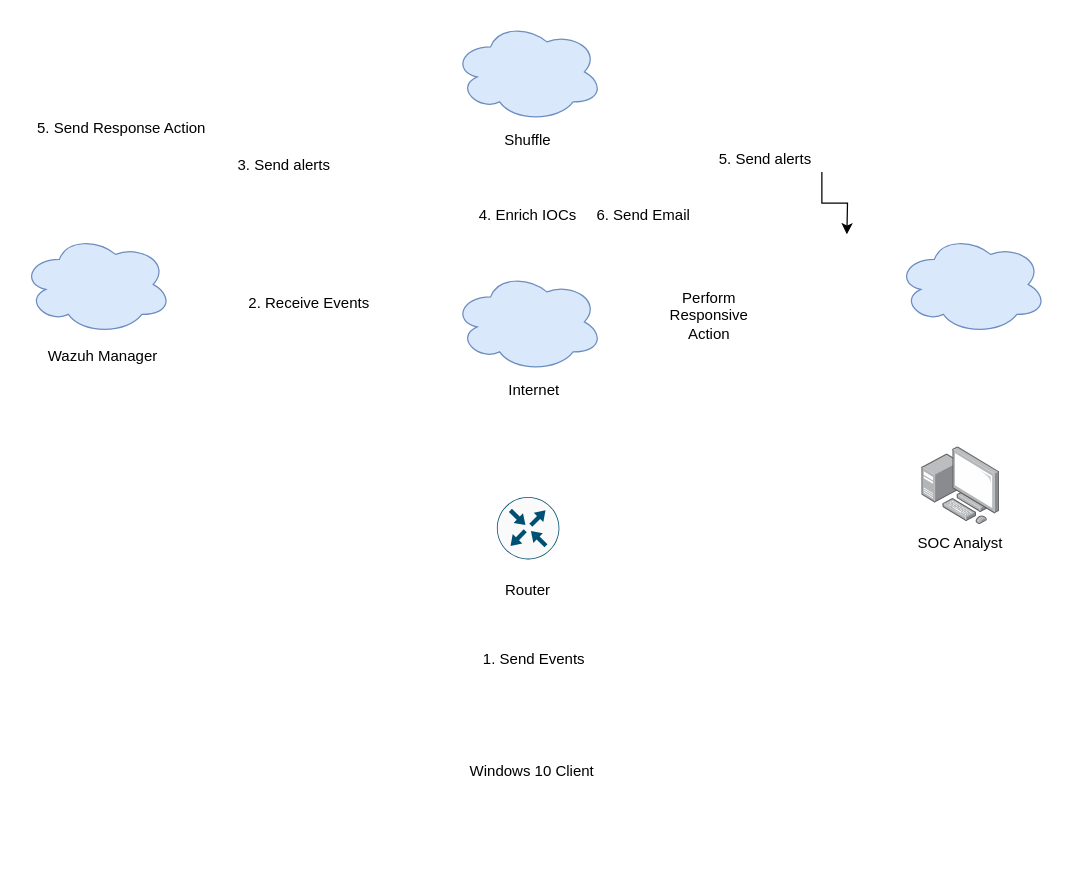
Earlier version of the draw.io diagram Untitled Diagram.drawio (hilaryrobles/SOC-Automation-Lab). Source tidied: cells renumbered, new cells numbered last; positions are measured from the earlier drawing's top-left corner, leaving out a move shared by most shapes. Both pictures are drawn from the tidied source at 125%, with x=0, y=0 at pixel (21, 21).
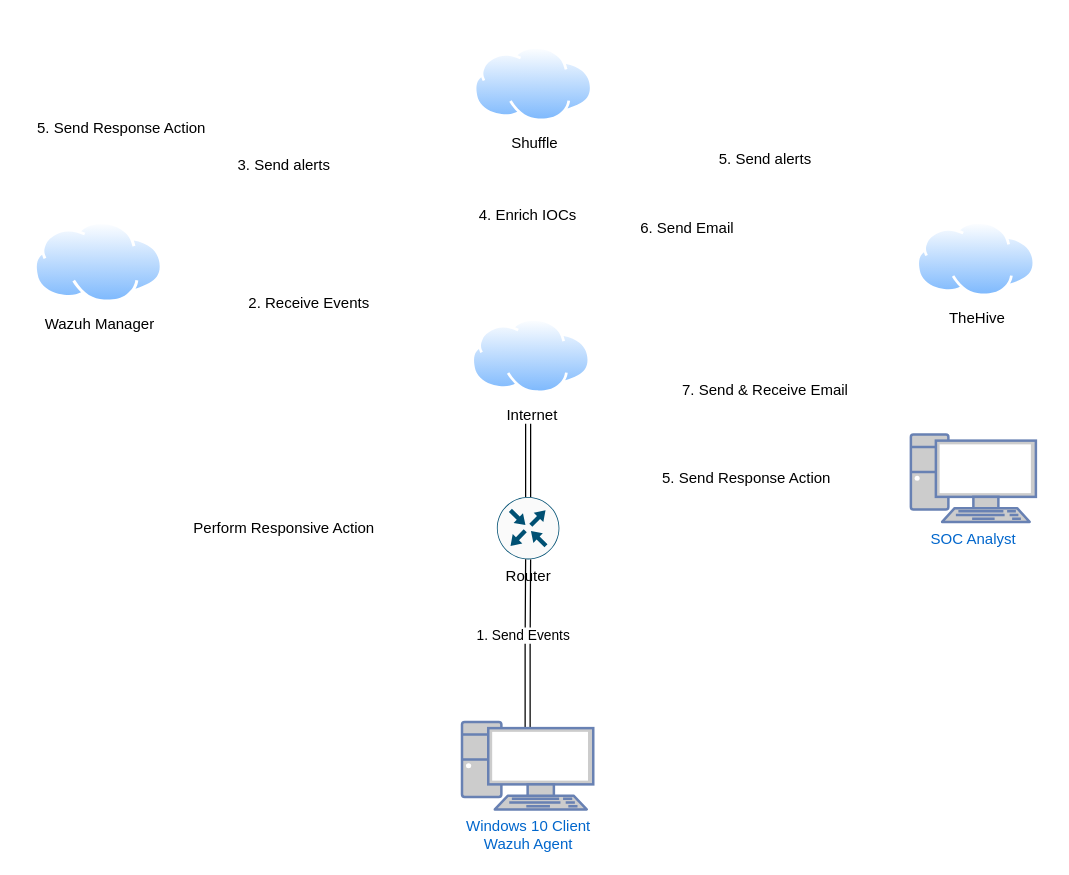
The same diagram, later.

Unchanged cells that the change refers to:
```xml
<mxCell id="22" value="5. Send alerts" style="text;strokeColor=none;align=center;fillColor=none;html=1;verticalAlign=middle;whiteSpace=wrap;rounded=0;" parent="1" vertex="1">
  <mxGeometry x="550" y="100" width="90" height="20" as="geometry" />
</mxCell>
```

Change to the diagram source:
```diff
@@
-    <mxCell id="2" style="ellipse;shape=cloud;whiteSpace=wrap;html=1;fillColor=#dae8fc;strokeColor=#6c8ebf;" parent="1" vertex="1">
-      <mxGeometry x="345" width="120" height="80" as="geometry" />
-    </mxCell>
-    <mxCell id="3" style="ellipse;shape=cloud;whiteSpace=wrap;html=1;fillColor=#dae8fc;strokeColor=#6c8ebf;" parent="1" vertex="1">
-      <mxGeometry x="345" y="200" width="120" height="80" as="geometry" />
-    </mxCell>
-    <mxCell id="4" style="ellipse;shape=cloud;whiteSpace=wrap;html=1;fillColor=#dae8fc;strokeColor=#6c8ebf;" parent="1" vertex="1">
-      <mxGeometry y="170" width="120" height="80" as="geometry" />
-    </mxCell>
-    <mxCell id="5" style="ellipse;shape=cloud;whiteSpace=wrap;html=1;fillColor=#dae8fc;strokeColor=#6c8ebf;" parent="1" vertex="1">
-      <mxGeometry x="700" y="170" width="120" height="80" as="geometry" />
-    </mxCell>
+    <mxCell id="23" style="edgeStyle=orthogonalEdgeStyle;rounded=0;jettySize=auto;html=1;shape=link;" parent="1" edge="1" source="6">
+      <mxGeometry relative="1" as="geometry">
+        <mxPoint x="405" y="310" as="targetPoint" />
+      </mxGeometry>
+    </mxCell>
-    <mxCell id="6" style="sketch=0;points=[[0.5,0,0],[1,0.5,0],[0.5,1,0],[0,0.5,0],[0.145,0.145,0],[0.8555,0.145,0],[0.855,0.8555,0],[0.145,0.855,0]];verticalLabelPosition=bottom;html=1;verticalAlign=top;align=center;shape=mxgraph.cisco19.rect;prIcon=router;fillColor=#FAFAFA;strokeColor=#005073;" parent="1" vertex="1">
+    <mxCell id="6" value="Router" style="sketch=0;points=[[0.5,0,0],[1,0.5,0],[0.5,1,0],[0,0.5,0],[0.145,0.145,0],[0.8555,0.145,0],[0.855,0.8555,0],[0.145,0.855,0]];verticalLabelPosition=bottom;html=1;verticalAlign=top;align=center;shape=mxgraph.cisco19.rect;prIcon=router;fillColor=#FAFAFA;strokeColor=#005073;" parent="1" vertex="1">
       <mxGeometry x="380" y="380" width="50" height="50" as="geometry" />
     </mxCell>
-    <mxCell id="7" style="image;html=1;align=center;shadow=0;dashed=0;image=img/lib/allied_telesis/computer_and_terminals/Personal_Computer_with_Server.svg;" parent="1" vertex="1">
-      <mxGeometry x="720" y="340" width="62.4" height="62.4" as="geometry" />
-    </mxCell>
-    <mxCell id="8" value="Shuffle" style="text;strokeColor=none;align=center;fillColor=none;html=1;verticalAlign=middle;whiteSpace=wrap;rounded=0;" parent="1" vertex="1">
-      <mxGeometry x="375" y="80" width="60" height="30" as="geometry" />
-    </mxCell>
@@
-    <mxCell id="11" value="Wazuh Manager" style="text;strokeColor=none;align=center;fillColor=none;html=1;verticalAlign=middle;whiteSpace=wrap;rounded=0;" parent="1" vertex="1">
-      <mxGeometry x="20" y="255" width="90" height="25" as="geometry" />
-    </mxCell>
-    <mxCell id="12" value="SOC Analyst" style="text;strokeColor=none;align=center;fillColor=none;html=1;verticalAlign=middle;whiteSpace=wrap;rounded=0;" parent="1" vertex="1">
-      <mxGeometry x="711.2" y="402.4" width="80" height="30" as="geometry" />
-    </mxCell>
-    <mxCell id="13" value="Router" style="text;strokeColor=none;align=center;fillColor=none;html=1;verticalAlign=middle;whiteSpace=wrap;rounded=0;" parent="1" vertex="1">
-      <mxGeometry x="375" y="440" width="60" height="30" as="geometry" />
-    </mxCell>
-    <mxCell id="14" value="Internet" style="text;strokeColor=none;align=center;fillColor=none;html=1;verticalAlign=middle;whiteSpace=wrap;rounded=0;" parent="1" vertex="1">
-      <mxGeometry x="380" y="280" width="60" height="30" as="geometry" />
-    </mxCell>
@@
-    <mxCell id="16" value="1. Send Events" style="text;strokeColor=none;align=center;fillColor=none;html=1;verticalAlign=middle;whiteSpace=wrap;rounded=0;" parent="1" vertex="1">
-      <mxGeometry x="360" y="500" width="100" height="20" as="geometry" />
-    </mxCell>
-    <mxCell id="17" value="Windows 10 Client&amp;nbsp;" style="text;strokeColor=none;align=center;fillColor=none;html=1;verticalAlign=middle;whiteSpace=wrap;rounded=0;" parent="1" vertex="1">
-      <mxGeometry x="355" y="590" width="110" height="20" as="geometry" />
-    </mxCell>
     <mxCell id="18" value="Perform Responsive Action" style="text;strokeColor=none;align=center;fillColor=none;html=1;verticalAlign=middle;whiteSpace=wrap;rounded=0;" parent="1" vertex="1">
-      <mxGeometry x="520" y="220" width="60" height="30" as="geometry" />
+      <mxGeometry x="135" y="385" width="150" height="40" as="geometry" />
     </mxCell>
@@
     <mxCell id="20" value="6. Send Email" style="text;strokeColor=none;align=center;fillColor=none;html=1;verticalAlign=middle;whiteSpace=wrap;rounded=0;" parent="1" vertex="1">
-      <mxGeometry x="455" y="140" width="85" height="30" as="geometry" />
+      <mxGeometry x="490" y="150" width="85" height="30" as="geometry" />
     </mxCell>
-    <mxCell id="21" style="edgeStyle=orthogonalEdgeStyle;rounded=0;jettySize=auto;html=1;exitX=1;exitY=1;exitDx=0;exitDy=0;" parent="1" edge="1" source="22">
-      <mxGeometry relative="1" as="geometry">
-        <mxPoint x="660" y="170" as="targetPoint" />
-      </mxGeometry>
-    </mxCell>
@@
+    <mxCell id="24" value="7. Send &amp;amp; Receive Email" style="text;strokeColor=none;align=center;fillColor=none;html=1;verticalAlign=middle;whiteSpace=wrap;rounded=0;" parent="1" vertex="1">
+      <mxGeometry x="525" y="285" width="140" height="20" as="geometry" />
+    </mxCell>
+    <mxCell id="25" value="5. Send Response Action" style="text;strokeColor=none;align=center;fillColor=none;html=1;verticalAlign=middle;whiteSpace=wrap;rounded=0;" parent="1" vertex="1">
+      <mxGeometry x="510" y="350" width="140" height="30" as="geometry" />
+    </mxCell>
+    <mxCell id="26" style="edgeStyle=orthogonalEdgeStyle;rounded=0;jettySize=auto;html=1;exitX=0.5;exitY=0.07;exitDx=0;exitDy=0;exitPerimeter=0;shape=link;" parent="1" edge="1" source="27" target="6">
+      <mxGeometry relative="1" as="geometry" />
+    </mxCell>
+    <mxCell id="16" value="1. Send Events" style="edgeLabel;html=1;align=center;verticalAlign=middle;" parent="26" vertex="1">
+      <mxGeometry x="0.11" y="5" relative="1" as="geometry" />
+    </mxCell>
+    <mxCell id="27" value="Windows 10 Client&lt;div&gt;Wazuh Agent&lt;/div&gt;" style="fontColor=#0066CC;verticalAlign=top;verticalLabelPosition=bottom;labelPosition=center;align=center;html=1;outlineConnect=0;fillColor=#CCCCCC;strokeColor=#6881B3;gradientColor=none;gradientDirection=north;strokeWidth=2;shape=mxgraph.networks.pc;" parent="1" vertex="1">
+      <mxGeometry x="352.1" y="560" width="105" height="70" as="geometry" />
+    </mxCell>
+    <mxCell id="12" value="SOC Analyst" style="fontColor=#0066CC;verticalAlign=top;verticalLabelPosition=bottom;labelPosition=center;align=center;html=1;fillColor=#CCCCCC;strokeColor=#6881B3;gradientColor=none;gradientDirection=north;strokeWidth=2;shape=mxgraph.networks.pc;" parent="1" vertex="1">
+      <mxGeometry x="711.2" y="330" width="100" height="70" as="geometry" />
+    </mxCell>
+    <mxCell id="8" value="Shuffle&lt;div&gt;&lt;br&gt;&lt;/div&gt;" style="image;perimeter=ellipsePerimeter;html=1;align=center;shadow=0;dashed=0;spacingTop=3;image=img/lib/active_directory/internet_cloud.svg;" parent="1" vertex="1">
+      <mxGeometry x="361.9" y="20" width="95.2" height="60" as="geometry" />
+    </mxCell>
+    <mxCell id="14" value="&lt;div&gt;Internet&lt;/div&gt;" style="image;perimeter=ellipsePerimeter;html=1;align=center;shadow=0;dashed=0;spacingTop=3;image=img/lib/active_directory/internet_cloud.svg;" parent="1" vertex="1">
+      <mxGeometry x="360" y="237.5" width="95.2" height="60" as="geometry" />
+    </mxCell>
+    <mxCell id="28" value="&lt;div&gt;TheHive&lt;/div&gt;" style="image;perimeter=ellipsePerimeter;html=1;align=center;shadow=0;dashed=0;spacingTop=3;image=img/lib/active_directory/internet_cloud.svg;" parent="1" vertex="1">
+      <mxGeometry x="716" y="160" width="95.2" height="60" as="geometry" />
+    </mxCell>
+    <mxCell id="11" value="&lt;div&gt;Wazuh Manager&lt;/div&gt;" style="image;perimeter=ellipsePerimeter;html=1;align=center;shadow=0;dashed=0;spacingTop=3;image=img/lib/active_directory/internet_cloud.svg;" parent="1" vertex="1">
+      <mxGeometry x="10" y="160" width="103.2" height="65" as="geometry" />
+    </mxCell>
```
